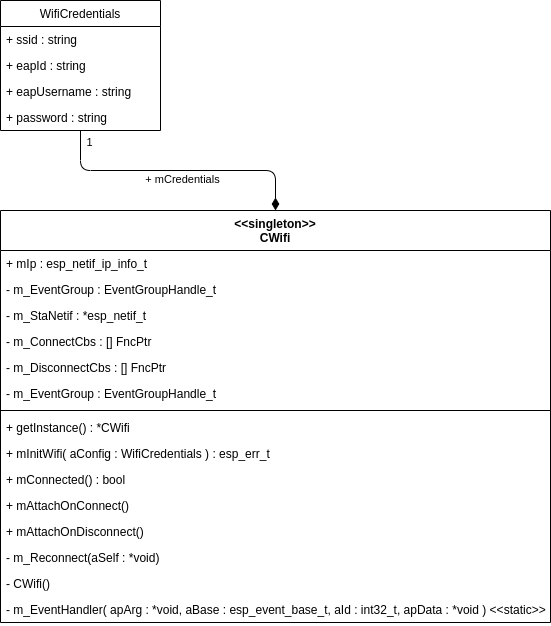
Earlier version of the draw.io export uml/wifi-network-stack.png (SenseBoxTI/FirmwareDesign). Source tidied: cells renumbered, new cells last; positions are measured from the earlier drawing's top-left corner, leaving out a move shared by most shapes.
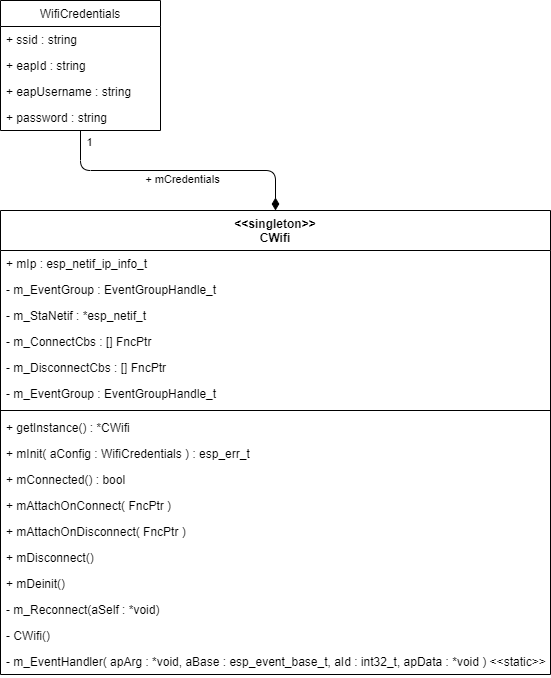
The same diagram one commit later.

What changed in the source:
```diff
@@ -3,7 +3,7 @@
     <mxCell id="0" />
     <mxCell id="1" parent="0" />
     <mxCell id="2" value="&lt;&lt;singleton&gt;&gt;&#10;CWifi" style="swimlane;fontStyle=1;align=center;verticalAlign=top;horizontal=1;startSize=40;" parent="1" vertex="1">
-      <mxGeometry y="210" width="550" height="412" as="geometry" />
+      <mxGeometry y="210" width="550" height="464" as="geometry" />
     </mxCell>
     <mxCell id="3" value="+ mIp : esp_netif_ip_info_t" style="text;strokeColor=none;fillColor=none;align=left;verticalAlign=top;spacingLeft=4;spacingRight=4;overflow=hidden;" parent="2" vertex="1">
       <mxGeometry y="40" width="550" height="26" as="geometry" />
@@ -29,26 +29,32 @@
     <mxCell id="10" value="+ getInstance() : *CWifi" style="text;strokeColor=none;fillColor=none;align=left;verticalAlign=top;spacingLeft=4;spacingRight=4;overflow=hidden;" parent="2" vertex="1">
       <mxGeometry y="204" width="550" height="26" as="geometry" />
     </mxCell>
-    <mxCell id="11" value="+ mInitWifi( aConfig : WifiCredentials ) : esp_err_t " style="text;strokeColor=none;fillColor=none;align=left;verticalAlign=top;spacingLeft=4;spacingRight=4;overflow=hidden;" parent="2" vertex="1">
+    <mxCell id="11" value="+ mInit( aConfig : WifiCredentials ) : esp_err_t " style="text;strokeColor=none;fillColor=none;align=left;verticalAlign=top;spacingLeft=4;spacingRight=4;overflow=hidden;" parent="2" vertex="1">
       <mxGeometry y="230" width="550" height="26" as="geometry" />
     </mxCell>
     <mxCell id="12" value="+ mConnected() : bool" style="text;strokeColor=none;fillColor=none;align=left;verticalAlign=top;spacingLeft=4;spacingRight=4;overflow=hidden;" parent="2" vertex="1">
       <mxGeometry y="256" width="550" height="26" as="geometry" />
     </mxCell>
-    <mxCell id="13" value="+ mAttachOnConnect()" style="text;strokeColor=none;fillColor=none;align=left;verticalAlign=top;spacingLeft=4;spacingRight=4;overflow=hidden;" parent="2" vertex="1">
+    <mxCell id="13" value="+ mAttachOnConnect( FncPtr )" style="text;strokeColor=none;fillColor=none;align=left;verticalAlign=top;spacingLeft=4;spacingRight=4;overflow=hidden;" parent="2" vertex="1">
       <mxGeometry y="282" width="550" height="26" as="geometry" />
     </mxCell>
-    <mxCell id="14" value="+ mAttachOnDisconnect()" style="text;strokeColor=none;fillColor=none;align=left;verticalAlign=top;spacingLeft=4;spacingRight=4;overflow=hidden;" parent="2" vertex="1">
+    <mxCell id="14" value="+ mAttachOnDisconnect( FncPtr )" style="text;strokeColor=none;fillColor=none;align=left;verticalAlign=top;spacingLeft=4;spacingRight=4;overflow=hidden;" parent="2" vertex="1">
       <mxGeometry y="308" width="550" height="26" as="geometry" />
     </mxCell>
+    <mxCell id="26" value="+ mDisconnect()" style="text;strokeColor=none;fillColor=none;align=left;verticalAlign=top;spacingLeft=4;spacingRight=4;overflow=hidden;" parent="2" vertex="1">
+      <mxGeometry y="334" width="550" height="26" as="geometry" />
+    </mxCell>
+    <mxCell id="27" value="+ mDeinit()" style="text;strokeColor=none;fillColor=none;align=left;verticalAlign=top;spacingLeft=4;spacingRight=4;overflow=hidden;" parent="2" vertex="1">
+      <mxGeometry y="360" width="550" height="26" as="geometry" />
+    </mxCell>
     <mxCell id="15" value="- m_Reconnect(aSelf : *void)" style="text;strokeColor=none;fillColor=none;align=left;verticalAlign=top;spacingLeft=4;spacingRight=4;overflow=hidden;" parent="2" vertex="1">
-      <mxGeometry y="334" width="550" height="26" as="geometry" />
+      <mxGeometry y="386" width="550" height="26" as="geometry" />
     </mxCell>
     <mxCell id="16" value="- CWifi()" style="text;strokeColor=none;fillColor=none;align=left;verticalAlign=top;spacingLeft=4;spacingRight=4;overflow=hidden;" parent="2" vertex="1">
-      <mxGeometry y="360" width="550" height="26" as="geometry" />
+      <mxGeometry y="412" width="550" height="26" as="geometry" />
     </mxCell>
     <mxCell id="17" value="- m_EventHandler( apArg : *void, aBase : esp_event_base_t, aId : int32_t, apData : *void ) &lt;&lt;static&gt;&gt;" style="text;strokeColor=none;fillColor=none;align=left;verticalAlign=top;spacingLeft=4;spacingRight=4;overflow=hidden;fontStyle=0;" parent="2" vertex="1">
-      <mxGeometry y="386" width="550" height="26" as="geometry" />
+      <mxGeometry y="438" width="550" height="26" as="geometry" />
     </mxCell>
     <mxCell id="18" style="edgeStyle=orthogonalEdgeStyle;html=1;endArrow=diamondThin;endFill=1;startSize=6;endSize=10;" parent="1" edge="1" source="21" target="2">
       <mxGeometry relative="1" as="geometry" />
```
